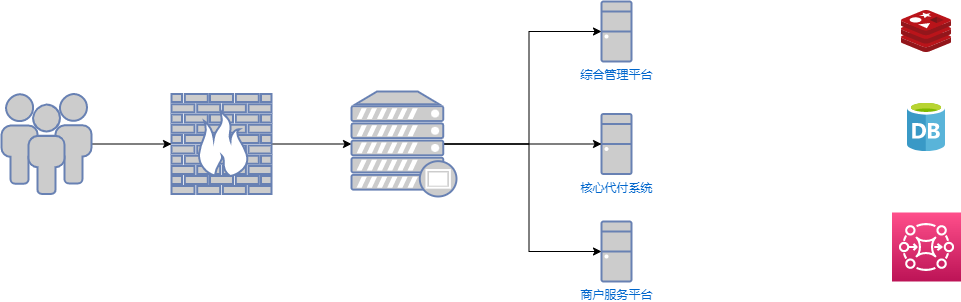
Above: Untitled Diagram.drawio.png in songyibo2019/mydiagrams (draw.io), before the change. Source tidied: cells renumbered, new cells last; positions are measured from the earlier drawing's top-left corner, leaving out a move shared by most shapes.
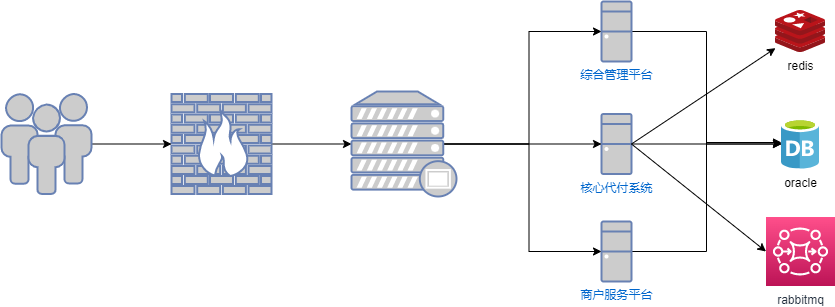
Above is the later version.

Change to the diagram source:
```diff
@@ -8,6 +8,9 @@
     <mxCell id="3" style="fontColor=#0066CC;verticalAlign=top;verticalLabelPosition=bottom;labelPosition=center;align=center;html=1;outlineConnect=0;fillColor=#CCCCCC;strokeColor=#6881B3;gradientColor=none;gradientDirection=north;strokeWidth=2;shape=mxgraph.networks.firewall;" parent="1" vertex="1">
       <mxGeometry x="170" y="92.5" width="100" height="100" as="geometry" />
     </mxCell>
+    <mxCell id="16" style="edgeStyle=orthogonalEdgeStyle;rounded=0;jettySize=auto;html=1;exitX=1;exitY=0.5;exitDx=0;exitDy=0;exitPerimeter=0;entryX=0;entryY=0.5;entryDx=0;entryDy=0;entryPerimeter=0;" parent="1" edge="1" source="4" target="14">
+      <mxGeometry relative="1" as="geometry" />
+    </mxCell>
     <mxCell id="4" value="综合管理平台" style="fontColor=#0066CC;verticalAlign=top;verticalLabelPosition=bottom;labelPosition=center;align=center;html=1;outlineConnect=0;fillColor=#CCCCCC;strokeColor=#6881B3;gradientColor=none;gradientDirection=north;strokeWidth=2;shape=mxgraph.networks.desktop_pc;" parent="1" vertex="1">
       <mxGeometry x="600" width="30" height="60" as="geometry" />
     </mxCell>
@@ -17,9 +20,15 @@
     <mxCell id="6" style="fontColor=#0066CC;verticalAlign=top;verticalLabelPosition=bottom;labelPosition=center;align=center;html=1;outlineConnect=0;fillColor=#CCCCCC;strokeColor=#6881B3;gradientColor=none;gradientDirection=north;strokeWidth=2;shape=mxgraph.networks.users;" parent="1" vertex="1">
       <mxGeometry y="92.5" width="90" height="100" as="geometry" />
     </mxCell>
+    <mxCell id="17" style="edgeStyle=orthogonalEdgeStyle;rounded=0;jettySize=auto;html=1;exitX=1;exitY=0.5;exitDx=0;exitDy=0;exitPerimeter=0;" parent="1" edge="1" source="7" target="14">
+      <mxGeometry relative="1" as="geometry" />
+    </mxCell>
     <mxCell id="7" value="核心代付系统" style="fontColor=#0066CC;verticalAlign=top;verticalLabelPosition=bottom;labelPosition=center;align=center;html=1;outlineConnect=0;fillColor=#CCCCCC;strokeColor=#6881B3;gradientColor=none;gradientDirection=north;strokeWidth=2;shape=mxgraph.networks.desktop_pc;" parent="1" vertex="1">
       <mxGeometry x="600" y="112.5" width="30" height="60" as="geometry" />
     </mxCell>
+    <mxCell id="18" style="edgeStyle=orthogonalEdgeStyle;rounded=0;jettySize=auto;html=1;exitX=1;exitY=0.5;exitDx=0;exitDy=0;exitPerimeter=0;entryX=0;entryY=0.47;entryDx=0;entryDy=0;entryPerimeter=0;" parent="1" edge="1" source="8" target="14">
+      <mxGeometry relative="1" as="geometry" />
+    </mxCell>
     <mxCell id="8" value="商户服务平台" style="fontColor=#0066CC;verticalAlign=top;verticalLabelPosition=bottom;labelPosition=center;align=center;html=1;outlineConnect=0;fillColor=#CCCCCC;strokeColor=#6881B3;gradientColor=none;gradientDirection=north;strokeWidth=2;shape=mxgraph.networks.desktop_pc;" parent="1" vertex="1">
       <mxGeometry x="600" y="220" width="30" height="60" as="geometry" />
     </mxCell>
@@ -35,14 +44,20 @@
     <mxCell id="12" style="fontColor=#0066CC;verticalAlign=top;verticalLabelPosition=bottom;labelPosition=center;align=center;html=1;outlineConnect=0;fillColor=#CCCCCC;strokeColor=#6881B3;gradientColor=none;gradientDirection=north;strokeWidth=2;shape=mxgraph.networks.proxy_server;" parent="1" vertex="1">
       <mxGeometry x="350" y="90" width="105" height="105" as="geometry" />
     </mxCell>
-    <mxCell id="13" style="sketch=0;html=1;points=[];align=center;image;fontSize=12;image=img/lib/mscae/Cache_Redis_Product.svg;" parent="1" vertex="1">
-      <mxGeometry x="900" y="9" width="50" height="42" as="geometry" />
+    <mxCell id="13" value="redis" style="sketch=0;html=1;points=[];align=center;image;fontSize=12;image=img/lib/mscae/Cache_Redis_Product.svg;" parent="1" vertex="1">
+      <mxGeometry x="774" y="9" width="50" height="42" as="geometry" />
     </mxCell>
+    <mxCell id="15" value="rabbitmq" style="sketch=0;points=[[0,0,0],[0.25,0,0],[0.5,0,0],[0.75,0,0],[1,0,0],[0,1,0],[0.25,1,0],[0.5,1,0],[0.75,1,0],[1,1,0],[0,0.25,0],[0,0.5,0],[0,0.75,0],[1,0.25,0],[1,0.5,0],[1,0.75,0]];outlineConnect=0;fontColor=#232F3E;gradientColor=#FF4F8B;gradientDirection=north;fillColor=#BC1356;strokeColor=#ffffff;dashed=0;verticalLabelPosition=bottom;verticalAlign=top;align=center;html=1;fontSize=12;fontStyle=0;shape=mxgraph.aws4.resourceIcon;resIcon=mxgraph.aws4.mq;" parent="1" vertex="1">
+      <mxGeometry x="764.5" y="215.5" width="69" height="69" as="geometry" />
+    </mxCell>
-    <mxCell id="14" style="sketch=0;html=1;points=[];align=center;image;fontSize=12;image=img/lib/mscae/Database_General.svg;" parent="1" vertex="1">
-      <mxGeometry x="906" y="100" width="38" height="50" as="geometry" />
+    <mxCell id="14" value="oracle" style="sketch=0;html=1;points=[];align=center;image;fontSize=12;image=img/lib/mscae/Database_General.svg;" parent="1" vertex="1">
+      <mxGeometry x="780" y="117.5" width="38" height="50" as="geometry" />
     </mxCell>
-    <mxCell id="15" style="sketch=0;points=[[0,0,0],[0.25,0,0],[0.5,0,0],[0.75,0,0],[1,0,0],[0,1,0],[0.25,1,0],[0.5,1,0],[0.75,1,0],[1,1,0],[0,0.25,0],[0,0.5,0],[0,0.75,0],[1,0.25,0],[1,0.5,0],[1,0.75,0]];outlineConnect=0;fontColor=#232F3E;gradientColor=#FF4F8B;gradientDirection=north;fillColor=#BC1356;strokeColor=#ffffff;dashed=0;verticalLabelPosition=bottom;verticalAlign=top;align=center;html=1;fontSize=12;fontStyle=0;shape=mxgraph.aws4.resourceIcon;resIcon=mxgraph.aws4.mq;" parent="1" vertex="1">
-      <mxGeometry x="890.5" y="211" width="69" height="69" as="geometry" />
-    </mxCell>
+    <mxCell id="19" style="endArrow=classic;html=1;rounded=0;exitX=1;exitY=0.5;exitDx=0;exitDy=0;exitPerimeter=0;" parent="1" edge="1" source="7" target="13">
+      <mxGeometry relative="1" as="geometry" />
+    </mxCell>
+    <mxCell id="20" style="endArrow=classic;html=1;rounded=0;exitX=1;exitY=0.5;exitDx=0;exitDy=0;exitPerimeter=0;entryX=0;entryY=0.5;entryDx=0;entryDy=0;entryPerimeter=0;" parent="1" edge="1" source="7" target="15">
+      <mxGeometry relative="1" as="geometry" />
+    </mxCell>
   </root>
 </mxGraphModel>
```
